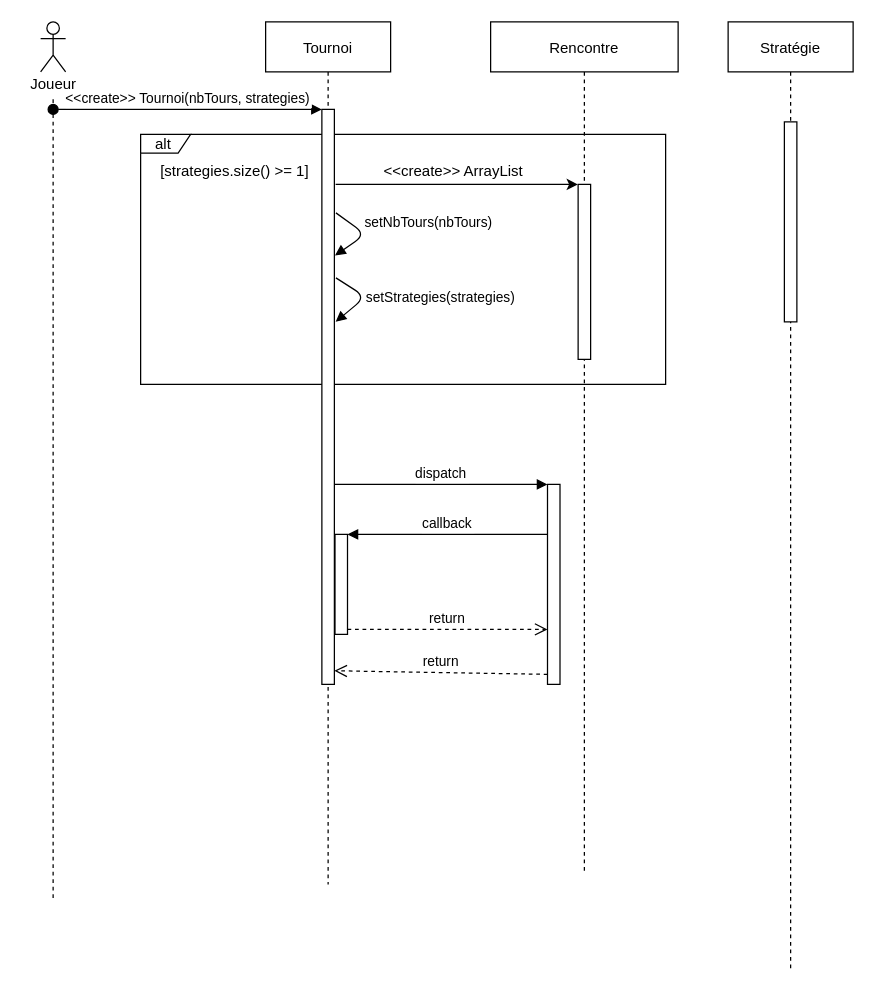
Earlier version of the draw.io diagram doc/diagramme_sequence.drawio (DaeronHTV/DilemmeDuPrisionnier). Source tidied: cells renumbered, new cells numbered last; positions are measured from the earlier drawing's top-left corner, leaving out a move shared by most shapes. Both pictures are drawn from the tidied source at 125%, with x=0, y=0 at pixel (21, 21).
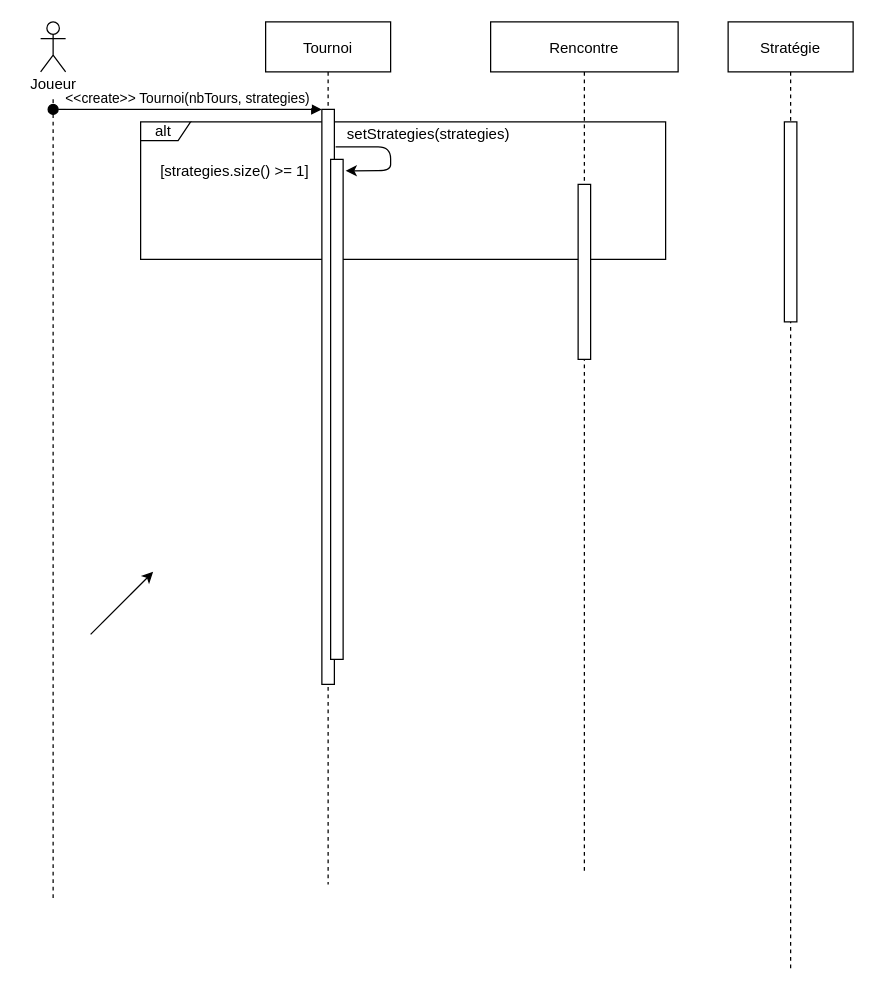
The same page after the edit.

Commit message (it also covers changes not shown here):
fin refactoring

Unchanged cells that the change refers to:
```xml
<mxCell id="3" value="Tournoi" style="shape=umlLifeline;perimeter=lifelinePerimeter;rounded=0;shadow=0;strokeWidth=1;" parent="1" vertex="1">
  <mxGeometry x="195" width="100" height="690" as="geometry" />
</mxCell>
<mxCell id="4" style="points=[];perimeter=orthogonalPerimeter;rounded=0;shadow=0;strokeWidth=1;" parent="3" vertex="1">
  <mxGeometry x="45" y="70" width="10" height="460" as="geometry" />
</mxCell>
<mxCell id="9" value="Rencontre" style="shape=umlLifeline;perimeter=lifelinePerimeter;rounded=0;shadow=0;strokeWidth=1;" parent="1" vertex="1">
  <mxGeometry x="375" width="150" height="680" as="geometry" />
</mxCell>
<mxCell id="11" style="points=[];perimeter=orthogonalPerimeter;rounded=0;shadow=0;strokeWidth=1;" parent="9" vertex="1">
  <mxGeometry x="70" y="130" width="10" height="140" as="geometry" />
</mxCell>
```

The edit, as a diff of the source:
```diff
@@
     <mxCell id="2" value="alt&amp;nbsp;" style="shape=umlFrame;whiteSpace=wrap;html=1;width=40;height=15;" parent="1" vertex="1">
-      <mxGeometry x="95" y="90" width="420" height="200" as="geometry" />
+      <mxGeometry x="95" y="80" width="420" height="110" as="geometry" />
     </mxCell>
@@
     <mxCell id="6" style="points=[];perimeter=orthogonalPerimeter;rounded=0;shadow=0;strokeWidth=1;" parent="3" vertex="1">
-      <mxGeometry x="55.5" y="410" width="10" height="80" as="geometry" />
+      <mxGeometry x="52" y="110" width="10" height="400" as="geometry" />
     </mxCell>
-    <mxCell id="7" value="setStrategies(strategies)" style="verticalAlign=bottom;endArrow=block;shadow=0;strokeWidth=1;exitX=1.124;exitY=0.293;exitDx=0;exitDy=0;exitPerimeter=0;" parent="3" edge="1" source="4">
-      <mxGeometry x="-0.05" y="61" relative="1" as="geometry">
-        <mxPoint x="56" y="240" as="targetPoint" />
-        <Array as="points">
-          <mxPoint x="80" y="220" />
-        </Array>
-        <mxPoint x="21" y="-37" as="offset" />
-      </mxGeometry>
-    </mxCell>
-    <mxCell id="8" value="setNbTours(nbTours)" style="verticalAlign=bottom;endArrow=block;shadow=0;strokeWidth=1;exitX=1.124;exitY=0.18;exitDx=0;exitDy=0;exitPerimeter=0;entryX=1.055;entryY=0.254;entryDx=0;entryDy=0;entryPerimeter=0;" parent="3" edge="1" source="4" target="4">
-      <mxGeometry x="-0.01" y="50" relative="1" as="geometry">
-        <Array as="points">
-          <mxPoint x="80" y="170" />
-        </Array>
-        <mxPoint x="22" y="-41" as="offset" />
-      </mxGeometry>
-    </mxCell>
+    <mxCell id="25" style="endArrow=classic;html=1;exitX=1.1;exitY=0.065;exitDx=0;exitDy=0;exitPerimeter=0;entryX=1.2;entryY=0.023;entryDx=0;entryDy=0;entryPerimeter=0;" parent="3" edge="1" source="4" target="6">
+      <mxGeometry relative="1" as="geometry">
+        <Array as="points">
+          <mxPoint x="100" y="100" />
+          <mxPoint x="100" y="119" />
+        </Array>
+      </mxGeometry>
+    </mxCell>
@@
-    <mxCell id="10" style="points=[];perimeter=orthogonalPerimeter;rounded=0;shadow=0;strokeWidth=1;" parent="9" vertex="1">
-      <mxGeometry x="45.5" y="370" width="10" height="160" as="geometry" />
-    </mxCell>
@@
-    <mxCell id="12" value="&amp;lt;&amp;lt;create&amp;gt;&amp;gt; ArrayList" style="text;html=1;align=center;verticalAlign=middle;" parent="9" vertex="1">
-      <mxGeometry x="-95" y="110" width="130" height="20" as="geometry" />
-    </mxCell>
-    <mxCell id="13" value="return" style="verticalAlign=bottom;endArrow=open;dashed=1;endSize=8;exitX=0;exitY=0.95;shadow=0;strokeWidth=1;entryX=0.953;entryY=0.585;entryDx=0;entryDy=0;entryPerimeter=0;" parent="1" edge="1" source="10">
-      <mxGeometry relative="1" as="geometry">
-        <mxPoint x="250" y="519.1" as="targetPoint" />
-      </mxGeometry>
-    </mxCell>
-    <mxCell id="14" value="dispatch" style="verticalAlign=bottom;endArrow=block;entryX=0;entryY=0;shadow=0;strokeWidth=1;" parent="1" edge="1" target="10">
-      <mxGeometry relative="1" as="geometry">
-        <mxPoint x="250.5" y="370" as="sourcePoint" />
-      </mxGeometry>
-    </mxCell>
-    <mxCell id="15" value="callback" style="verticalAlign=bottom;endArrow=block;entryX=1;entryY=0;shadow=0;strokeWidth=1;" parent="1" edge="1" source="10" target="6">
-      <mxGeometry relative="1" as="geometry" />
-    </mxCell>
-    <mxCell id="16" value="return" style="verticalAlign=bottom;endArrow=open;dashed=1;endSize=8;exitX=1;exitY=0.95;shadow=0;strokeWidth=1;" parent="1" edge="1" source="6" target="10">
-      <mxGeometry relative="1" as="geometry" />
-    </mxCell>
@@
-    <mxCell id="23" style="endArrow=classic;html=1;entryX=-0.02;entryY=0;entryDx=0;entryDy=0;entryPerimeter=0;" parent="1" edge="1" target="11">
-      <mxGeometry relative="1" as="geometry">
-        <mxPoint x="251" y="130" as="sourcePoint" />
-      </mxGeometry>
-    </mxCell>
@@
+    <mxCell id="12" value="setStrategies(strategies)" style="text;html=1;align=center;verticalAlign=middle;" parent="1" vertex="1">
+      <mxGeometry x="250" y="80" width="150" height="20" as="geometry" />
+    </mxCell>
+    <mxCell id="26" style="endArrow=classic;html=1;" parent="1" edge="1">
+      <mxGeometry relative="1" as="geometry">
+        <mxPoint x="55" y="490" as="sourcePoint" />
+        <mxPoint x="105" y="440" as="targetPoint" />
+      </mxGeometry>
+    </mxCell>
```
